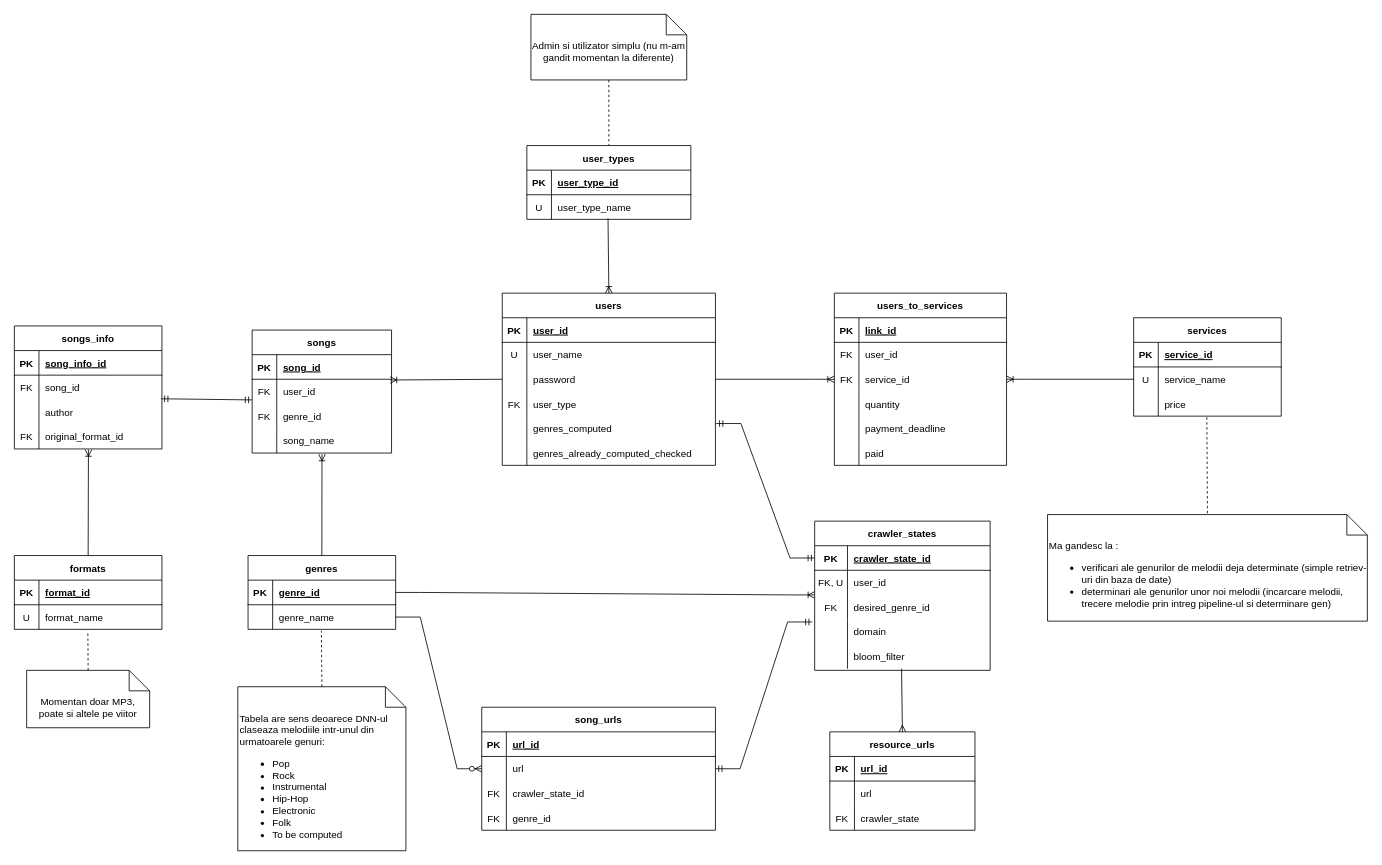
The draw.io diagram diagrams/Diagrama ER.drawio in PetruBabiuc/MusicGenreComputationMicroservices, before the edit. Source tidied: cells renumbered, new cells numbered last; positions are measured from the earlier drawing's top-left corner, leaving out a move shared by most shapes. Both pictures are drawn from the tidied source at 82%, with x=0, y=0 at pixel (14, 14).
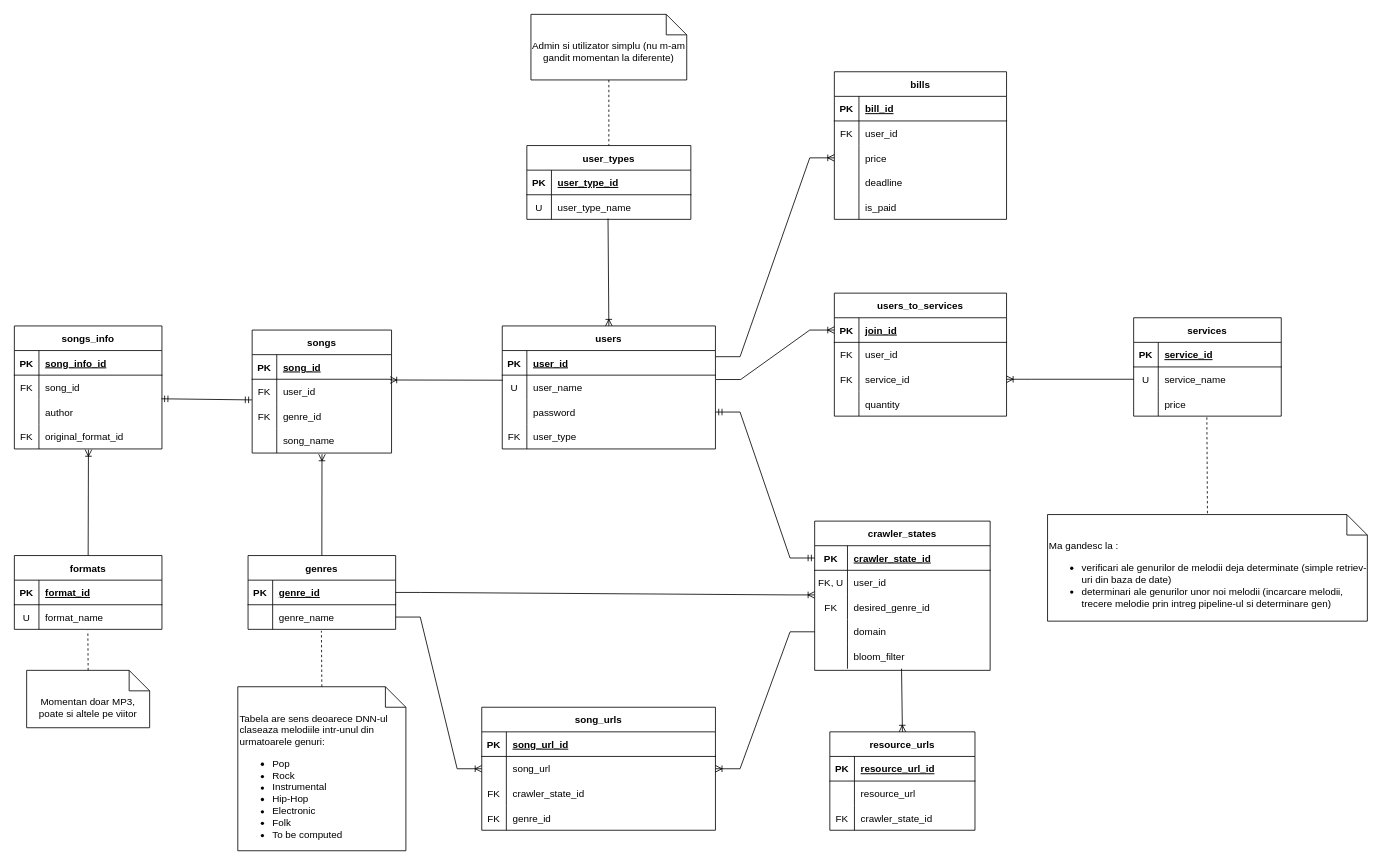
After the change.

Commit message (it also covers changes not shown here):
Updated ER diagram, created scripts for creating and droping tables

Unchanged cells that the change refers to:
```xml
<mxCell id="6" style="shape=tableRow;horizontal=0;startSize=0;swimlaneHead=0;swimlaneBody=0;fillColor=none;points=[[0,0.5],[1,0.5]];portConstraint=eastwest;top=0;left=0;right=0;bottom=0;" parent="2" vertex="1">
  <mxGeometry y="60" width="260" height="30" as="geometry" />
</mxCell>
<mxCell id="9" style="shape=tableRow;horizontal=0;startSize=0;swimlaneHead=0;swimlaneBody=0;fillColor=none;points=[[0,0.5],[1,0.5]];portConstraint=eastwest;top=0;left=0;right=0;bottom=0;" parent="2" vertex="1">
  <mxGeometry y="90" width="260" height="30" as="geometry" />
</mxCell>
<mxCell id="32" style="shape=tableRow;horizontal=0;startSize=0;swimlaneHead=0;swimlaneBody=0;fillColor=none;points=[[0,0.5],[1,0.5]];portConstraint=eastwest;top=0;left=0;right=0;bottom=0;" parent="28" vertex="1">
  <mxGeometry y="60" width="170" height="30" as="geometry" />
</mxCell>
<mxCell id="45" style="shape=tableRow;horizontal=0;startSize=0;swimlaneHead=0;swimlaneBody=0;fillColor=none;points=[[0,0.5],[1,0.5]];portConstraint=eastwest;top=0;left=0;right=0;bottom=0;" parent="41" vertex="1">
  <mxGeometry y="60" width="180" height="30" as="geometry" />
</mxCell>
<mxCell id="92" style="shape=tableRow;horizontal=0;startSize=0;swimlaneHead=0;swimlaneBody=0;fillColor=none;points=[[0,0.5],[1,0.5]];portConstraint=eastwest;top=0;left=0;right=0;bottom=1;" parent="91" vertex="1">
  <mxGeometry y="30" width="210" height="30" as="geometry" />
</mxCell>
<mxCell id="98" style="shape=tableRow;horizontal=0;startSize=0;swimlaneHead=0;swimlaneBody=0;fillColor=none;points=[[0,0.5],[1,0.5]];portConstraint=eastwest;top=0;left=0;right=0;bottom=0;" parent="91" vertex="1">
  <mxGeometry y="90" width="210" height="30" as="geometry" />
</mxCell>
<mxCell id="113" style="shape=tableRow;horizontal=0;startSize=0;swimlaneHead=0;swimlaneBody=0;fillColor=none;points=[[0,0.5],[1,0.5]];portConstraint=eastwest;top=0;left=0;right=0;bottom=1;" parent="112" vertex="1">
  <mxGeometry y="30" width="214" height="30" as="geometry" />
</mxCell>
<mxCell id="119" style="shape=tableRow;horizontal=0;startSize=0;swimlaneHead=0;swimlaneBody=0;fillColor=none;points=[[0,0.5],[1,0.5]];portConstraint=eastwest;top=0;left=0;right=0;bottom=0;" parent="112" vertex="1">
  <mxGeometry y="90" width="214" height="30" as="geometry" />
</mxCell>
<mxCell id="122" style="shape=tableRow;horizontal=0;startSize=0;swimlaneHead=0;swimlaneBody=0;fillColor=none;points=[[0,0.5],[1,0.5]];portConstraint=eastwest;top=0;left=0;right=0;bottom=0;" parent="112" vertex="1">
  <mxGeometry y="120" width="214" height="30" as="geometry" />
</mxCell>
<mxCell id="125" style="shape=tableRow;horizontal=0;startSize=0;swimlaneHead=0;swimlaneBody=0;fillColor=none;points=[[0,0.5],[1,0.5]];portConstraint=eastwest;top=0;left=0;right=0;bottom=0;" parent="112" vertex="1">
  <mxGeometry y="150" width="214" height="30" as="geometry" />
</mxCell>
<mxCell id="131" style="shape=tableRow;horizontal=0;startSize=0;swimlaneHead=0;swimlaneBody=0;fillColor=none;top=0;left=0;right=0;bottom=1;" parent="130" vertex="1">
  <mxGeometry y="30" width="285" height="30" as="geometry" />
</mxCell>
<mxCell id="134" style="shape=tableRow;horizontal=0;startSize=0;swimlaneHead=0;swimlaneBody=0;fillColor=none;points=[[0,0.5],[1,0.5]];portConstraint=eastwest;top=0;left=0;right=0;bottom=0;" parent="130" vertex="1">
  <mxGeometry y="60" width="285" height="30" as="geometry" />
</mxCell>
<mxCell id="145" value="resource_urls" style="shape=table;startSize=30;childLayout=tableLayout;rowLines=0;fontStyle=1;align=center;" parent="1" vertex="1">
  <mxGeometry x="994.5" y="875" width="177" height="120" as="geometry" />
</mxCell>
<mxCell id="146" style="shape=tableRow;horizontal=0;startSize=0;swimlaneHead=0;swimlaneBody=0;fillColor=none;top=0;left=0;right=0;bottom=1;" parent="145" vertex="1">
  <mxGeometry y="30" width="177" height="30" as="geometry" />
</mxCell>
<mxCell id="149" style="shape=tableRow;horizontal=0;startSize=0;swimlaneHead=0;swimlaneBody=0;fillColor=none;top=0;left=0;right=0;bottom=0;" parent="145" vertex="1">
  <mxGeometry y="60" width="177" height="30" as="geometry" />
</mxCell>
<mxCell id="152" style="shape=tableRow;horizontal=0;startSize=0;swimlaneHead=0;swimlaneBody=0;fillColor=none;top=0;left=0;right=0;bottom=0;" parent="145" vertex="1">
  <mxGeometry y="90" width="177" height="30" as="geometry" />
</mxCell>
```

The edit, as a diff of the source:
```diff
@@
     <mxCell id="2" value="users" style="shape=table;startSize=30;childLayout=tableLayout;rowLines=0;fontStyle=1;align=center;" parent="1" vertex="1">
-      <mxGeometry x="595" y="340" width="260" height="210" as="geometry" />
+      <mxGeometry x="595" y="380" width="260" height="150" as="geometry" />
     </mxCell>
@@
-    <mxCell id="15" style="shape=tableRow;horizontal=0;startSize=0;swimlaneHead=0;swimlaneBody=0;fillColor=none;points=[[0,0.5],[1,0.5]];portConstraint=eastwest;top=0;left=0;right=0;bottom=0;" parent="2" vertex="1">
-      <mxGeometry y="150" width="260" height="30" as="geometry" />
-    </mxCell>
-    <mxCell id="16" style="shape=partialRectangle;fillColor=none;top=0;left=0;bottom=0;right=0;fontStyle=0;overflow=hidden;" parent="15" vertex="1">
-      <mxGeometry width="30" height="30" as="geometry" />
-    </mxCell>
-    <mxCell id="17" value="genres_computed" style="shape=partialRectangle;fillColor=none;top=0;left=0;bottom=0;right=0;align=left;spacingLeft=6;fontStyle=0;overflow=hidden;" parent="15" vertex="1">
-      <mxGeometry x="30" width="230" height="30" as="geometry" />
-    </mxCell>
-    <mxCell id="18" style="shape=tableRow;horizontal=0;startSize=0;swimlaneHead=0;swimlaneBody=0;fillColor=none;top=0;left=0;right=0;bottom=0;" parent="2" vertex="1">
-      <mxGeometry y="180" width="260" height="30" as="geometry" />
-    </mxCell>
-    <mxCell id="19" style="shape=partialRectangle;fillColor=none;top=0;left=0;bottom=0;right=0;fontStyle=0;overflow=hidden;" parent="18" vertex="1">
-      <mxGeometry width="30" height="30" as="geometry" />
-    </mxCell>
-    <mxCell id="20" value="genres_already_computed_checked" style="shape=partialRectangle;fillColor=none;top=0;left=0;bottom=0;right=0;align=left;spacingLeft=6;fontStyle=0;overflow=hidden;" parent="18" vertex="1">
-      <mxGeometry x="30" width="230" height="30" as="geometry" />
-    </mxCell>
@@
-    <mxCell id="49" style="fontSize=12;html=1;endArrow=ERoneToMany;rounded=0;entryX=0.99;entryY=0.03;entryDx=0;entryDy=0;exitX=0;exitY=0.5;exitDx=0;exitDy=0;entryPerimeter=0;" parent="1" edge="1" source="9" target="32">
+    <mxCell id="49" style="fontSize=12;html=1;endArrow=ERoneToMany;rounded=0;entryX=0.99;entryY=0.03;entryDx=0;entryDy=0;exitX=0.003;exitY=0.206;exitDx=0;exitDy=0;entryPerimeter=0;exitPerimeter=0;" parent="1" edge="1" source="6" target="32">
       <mxGeometry relative="1" as="geometry" />
     </mxCell>
@@
     <mxCell id="91" value="users_to_services" style="shape=table;startSize=30;childLayout=tableLayout;rowLines=0;fontStyle=1;align=center;" parent="1" vertex="1">
-      <mxGeometry x="1000" y="340" width="210" height="210" as="geometry" />
+      <mxGeometry x="1000" y="340" width="210" height="150" as="geometry" />
     </mxCell>
@@
-    <mxCell id="94" value="link_id" style="shape=partialRectangle;fillColor=none;top=0;left=0;bottom=0;right=0;align=left;spacingLeft=6;fontStyle=5;overflow=hidden;" parent="92" vertex="1">
+    <mxCell id="94" value="join_id" style="shape=partialRectangle;fillColor=none;top=0;left=0;bottom=0;right=0;align=left;spacingLeft=6;fontStyle=5;overflow=hidden;" parent="92" vertex="1">
       <mxGeometry x="30" width="180" height="30" as="geometry" />
     </mxCell>
@@
-    <mxCell id="104" style="shape=tableRow;horizontal=0;startSize=0;swimlaneHead=0;swimlaneBody=0;fillColor=none;top=0;left=0;right=0;bottom=0;" parent="91" vertex="1">
-      <mxGeometry y="150" width="210" height="30" as="geometry" />
-    </mxCell>
-    <mxCell id="105" style="shape=partialRectangle;fillColor=none;top=0;left=0;bottom=0;right=0;fontStyle=0;overflow=hidden;" parent="104" vertex="1">
-      <mxGeometry width="30" height="30" as="geometry" />
-    </mxCell>
-    <mxCell id="106" value="payment_deadline" style="shape=partialRectangle;fillColor=none;top=0;left=0;bottom=0;right=0;align=left;spacingLeft=6;fontStyle=0;overflow=hidden;" parent="104" vertex="1">
-      <mxGeometry x="30" width="180" height="30" as="geometry" />
-    </mxCell>
-    <mxCell id="107" style="shape=tableRow;horizontal=0;startSize=0;swimlaneHead=0;swimlaneBody=0;fillColor=none;top=0;left=0;right=0;bottom=0;" parent="91" vertex="1">
-      <mxGeometry y="180" width="210" height="30" as="geometry" />
-    </mxCell>
-    <mxCell id="108" style="shape=partialRectangle;fillColor=none;top=0;left=0;bottom=0;right=0;fontStyle=0;overflow=hidden;" parent="107" vertex="1">
-      <mxGeometry width="30" height="30" as="geometry" />
-    </mxCell>
-    <mxCell id="109" value="paid" style="shape=partialRectangle;fillColor=none;top=0;left=0;bottom=0;right=0;align=left;spacingLeft=6;fontStyle=0;overflow=hidden;" parent="107" vertex="1">
-      <mxGeometry x="30" width="180" height="30" as="geometry" />
-    </mxCell>
-    <mxCell id="110" style="edgeStyle=entityRelationEdgeStyle;fontSize=12;html=1;endArrow=ERoneToMany;rounded=0;exitX=1;exitY=0.5;exitDx=0;exitDy=0;entryX=0;entryY=0.5;entryDx=0;entryDy=0;" parent="1" edge="1" source="9" target="98">
+    <mxCell id="110" style="edgeStyle=entityRelationEdgeStyle;fontSize=12;html=1;endArrow=ERoneToMany;rounded=0;exitX=1.003;exitY=0.178;exitDx=0;exitDy=0;entryX=0;entryY=0.5;entryDx=0;entryDy=0;exitPerimeter=0;" parent="1" edge="1" source="6" target="92">
       <mxGeometry relative="1" as="geometry" />
     </mxCell>
@@
-    <mxCell id="128" style="edgeStyle=entityRelationEdgeStyle;fontSize=12;html=1;endArrow=ERmandOne;startArrow=ERmandOne;rounded=0;entryX=0;entryY=0.5;entryDx=0;entryDy=0;exitX=1.004;exitY=0.3;exitDx=0;exitDy=0;exitPerimeter=0;" parent="1" edge="1" source="15" target="113">
+    <mxCell id="128" style="edgeStyle=entityRelationEdgeStyle;fontSize=12;html=1;endArrow=ERmandOne;startArrow=ERmandOne;rounded=0;entryX=0;entryY=0.5;entryDx=0;entryDy=0;exitX=1;exitY=0.5;exitDx=0;exitDy=0;" parent="1" edge="1" source="9" target="113">
       <mxGeometry relative="1" as="geometry" />
     </mxCell>
@@
-    <mxCell id="133" value="url_id" style="shape=partialRectangle;fillColor=none;top=0;left=0;bottom=0;right=0;align=left;spacingLeft=6;fontStyle=5;overflow=hidden;" parent="131" vertex="1">
+    <mxCell id="133" value="song_url_id" style="shape=partialRectangle;fillColor=none;top=0;left=0;bottom=0;right=0;align=left;spacingLeft=6;fontStyle=5;overflow=hidden;" parent="131" vertex="1">
       <mxGeometry x="30" width="255" height="30" as="geometry" />
     </mxCell>
@@
-    <mxCell id="136" value="url" style="shape=partialRectangle;fillColor=none;top=0;left=0;bottom=0;right=0;align=left;spacingLeft=6;fontStyle=0;overflow=hidden;" parent="134" vertex="1">
+    <mxCell id="136" value="song_url" style="shape=partialRectangle;fillColor=none;top=0;left=0;bottom=0;right=0;align=left;spacingLeft=6;fontStyle=0;overflow=hidden;" parent="134" vertex="1">
       <mxGeometry x="30" width="255" height="30" as="geometry" />
     </mxCell>
@@
-    <mxCell id="143" style="edgeStyle=entityRelationEdgeStyle;fontSize=12;html=1;endArrow=ERmandOne;startArrow=ERmandOne;rounded=0;exitX=1;exitY=0.5;exitDx=0;exitDy=0;entryX=-0.014;entryY=1.1;entryDx=0;entryDy=0;entryPerimeter=0;" parent="1" edge="1" source="134" target="119">
+    <mxCell id="143" style="edgeStyle=entityRelationEdgeStyle;fontSize=12;html=1;endArrow=none;startArrow=ERoneToMany;rounded=0;exitX=1;exitY=0.5;exitDx=0;exitDy=0;entryX=0;entryY=0.5;entryDx=0;entryDy=0;startFill=0;endFill=0;" parent="1" edge="1" source="134" target="122">
       <mxGeometry relative="1" as="geometry" />
     </mxCell>
-    <mxCell id="144" style="edgeStyle=entityRelationEdgeStyle;fontSize=12;html=1;endArrow=ERzeroToMany;endFill=1;rounded=0;exitX=1;exitY=0.5;exitDx=0;exitDy=0;entryX=0;entryY=0.5;entryDx=0;entryDy=0;" parent="1" edge="1" source="45" target="134">
+    <mxCell id="144" style="edgeStyle=entityRelationEdgeStyle;fontSize=12;html=1;endArrow=ERoneToMany;endFill=0;rounded=0;exitX=1;exitY=0.5;exitDx=0;exitDy=0;entryX=0;entryY=0.5;entryDx=0;entryDy=0;" parent="1" edge="1" source="45" target="134">
       <mxGeometry relative="1" as="geometry" />
     </mxCell>
@@
-    <mxCell id="148" value="url_id" style="shape=partialRectangle;fillColor=none;top=0;left=0;bottom=0;right=0;align=left;spacingLeft=6;fontStyle=5;overflow=hidden;" parent="146" vertex="1">
+    <mxCell id="148" value="resource_url_id" style="shape=partialRectangle;fillColor=none;top=0;left=0;bottom=0;right=0;align=left;spacingLeft=6;fontStyle=5;overflow=hidden;" parent="146" vertex="1">
       <mxGeometry x="30" width="147" height="30" as="geometry" />
     </mxCell>
@@
-    <mxCell id="151" value="url" style="shape=partialRectangle;fillColor=none;top=0;left=0;bottom=0;right=0;align=left;spacingLeft=6;overflow=hidden;" parent="149" vertex="1">
+    <mxCell id="151" value="resource_url" style="shape=partialRectangle;fillColor=none;top=0;left=0;bottom=0;right=0;align=left;spacingLeft=6;overflow=hidden;" parent="149" vertex="1">
       <mxGeometry x="30" width="147" height="30" as="geometry" />
     </mxCell>
@@
-    <mxCell id="154" value="crawler_state" style="shape=partialRectangle;fillColor=none;top=0;left=0;bottom=0;right=0;align=left;spacingLeft=6;overflow=hidden;" parent="152" vertex="1">
+    <mxCell id="154" value="crawler_state_id" style="shape=partialRectangle;fillColor=none;top=0;left=0;bottom=0;right=0;align=left;spacingLeft=6;overflow=hidden;" parent="152" vertex="1">
       <mxGeometry x="30" width="147" height="30" as="geometry" />
     </mxCell>
-    <mxCell id="155" style="fontSize=12;html=1;endArrow=ERmany;rounded=0;exitX=0.495;exitY=1;exitDx=0;exitDy=0;exitPerimeter=0;entryX=0.5;entryY=0;entryDx=0;entryDy=0;" parent="1" edge="1" source="125" target="145">
+    <mxCell id="155" style="fontSize=12;html=1;endArrow=ERoneToMany;rounded=0;exitX=0.495;exitY=1;exitDx=0;exitDy=0;exitPerimeter=0;entryX=0.5;entryY=0;entryDx=0;entryDy=0;endFill=0;" parent="1" edge="1" source="125" target="145">
       <mxGeometry relative="1" as="geometry" />
     </mxCell>
+    <mxCell id="156" value="bills" style="shape=table;startSize=30;childLayout=tableLayout;rowLines=0;fontStyle=1;align=center;" parent="1" vertex="1">
+      <mxGeometry x="1000" y="70" width="210" height="180" as="geometry" />
+    </mxCell>
+    <mxCell id="157" style="shape=tableRow;horizontal=0;startSize=0;swimlaneHead=0;swimlaneBody=0;fillColor=none;top=0;left=0;right=0;bottom=1;" parent="156" vertex="1">
+      <mxGeometry y="30" width="210" height="30" as="geometry" />
+    </mxCell>
+    <mxCell id="158" value="PK" style="shape=partialRectangle;fillColor=none;top=0;left=0;bottom=0;right=0;fontStyle=1;overflow=hidden;" parent="157" vertex="1">
+      <mxGeometry width="30" height="30" as="geometry" />
+    </mxCell>
+    <mxCell id="159" value="bill_id" style="shape=partialRectangle;fillColor=none;top=0;left=0;bottom=0;right=0;align=left;spacingLeft=6;fontStyle=5;overflow=hidden;" parent="157" vertex="1">
+      <mxGeometry x="30" width="180" height="30" as="geometry" />
+    </mxCell>
+    <mxCell id="160" style="shape=tableRow;horizontal=0;startSize=0;swimlaneHead=0;swimlaneBody=0;fillColor=none;top=0;left=0;right=0;bottom=0;" parent="156" vertex="1">
+      <mxGeometry y="60" width="210" height="30" as="geometry" />
+    </mxCell>
+    <mxCell id="161" value="FK" style="shape=partialRectangle;fillColor=none;top=0;left=0;bottom=0;right=0;overflow=hidden;" parent="160" vertex="1">
+      <mxGeometry width="30" height="30" as="geometry" />
+    </mxCell>
+    <mxCell id="162" value="user_id" style="shape=partialRectangle;fillColor=none;top=0;left=0;bottom=0;right=0;align=left;spacingLeft=6;overflow=hidden;" parent="160" vertex="1">
+      <mxGeometry x="30" width="180" height="30" as="geometry" />
+    </mxCell>
+    <mxCell id="163" style="shape=tableRow;horizontal=0;startSize=0;swimlaneHead=0;swimlaneBody=0;fillColor=none;points=[[0,0.5],[1,0.5]];portConstraint=eastwest;top=0;left=0;right=0;bottom=0;" parent="156" vertex="1">
+      <mxGeometry y="90" width="210" height="30" as="geometry" />
+    </mxCell>
+    <mxCell id="164" style="shape=partialRectangle;fillColor=none;top=0;left=0;bottom=0;right=0;fontStyle=0;overflow=hidden;" parent="163" vertex="1">
+      <mxGeometry width="30" height="30" as="geometry" />
+    </mxCell>
+    <mxCell id="165" value="price" style="shape=partialRectangle;fillColor=none;top=0;left=0;bottom=0;right=0;align=left;spacingLeft=6;fontStyle=0;overflow=hidden;" parent="163" vertex="1">
+      <mxGeometry x="30" width="180" height="30" as="geometry" />
+    </mxCell>
+    <mxCell id="166" style="shape=tableRow;horizontal=0;startSize=0;swimlaneHead=0;swimlaneBody=0;fillColor=none;top=0;left=0;right=0;bottom=0;" parent="156" vertex="1">
+      <mxGeometry y="120" width="210" height="30" as="geometry" />
+    </mxCell>
+    <mxCell id="167" style="shape=partialRectangle;fillColor=none;top=0;left=0;bottom=0;right=0;overflow=hidden;" parent="166" vertex="1">
+      <mxGeometry width="30" height="30" as="geometry" />
+    </mxCell>
+    <mxCell id="168" value="deadline" style="shape=partialRectangle;fillColor=none;top=0;left=0;bottom=0;right=0;align=left;spacingLeft=6;overflow=hidden;" parent="166" vertex="1">
+      <mxGeometry x="30" width="180" height="30" as="geometry" />
+    </mxCell>
+    <mxCell id="104" style="shape=tableRow;horizontal=0;startSize=0;swimlaneHead=0;swimlaneBody=0;fillColor=none;top=0;left=0;right=0;bottom=0;" parent="156" vertex="1">
+      <mxGeometry y="150" width="210" height="30" as="geometry" />
+    </mxCell>
+    <mxCell id="169" style="shape=partialRectangle;fillColor=none;top=0;left=0;bottom=0;right=0;overflow=hidden;" parent="104" vertex="1">
+      <mxGeometry width="30" height="30" as="geometry" />
+    </mxCell>
+    <mxCell id="170" value="is_paid" style="shape=partialRectangle;fillColor=none;top=0;left=0;bottom=0;right=0;align=left;spacingLeft=6;overflow=hidden;" parent="104" vertex="1">
+      <mxGeometry x="30" width="180" height="30" as="geometry" />
+    </mxCell>
+    <mxCell id="171" style="edgeStyle=entityRelationEdgeStyle;fontSize=12;html=1;endArrow=ERoneToMany;rounded=0;exitX=1;exitY=0.25;exitDx=0;exitDy=0;entryX=0;entryY=0.5;entryDx=0;entryDy=0;endFill=0;" parent="1" edge="1" source="2" target="163">
+      <mxGeometry relative="1" as="geometry" />
+    </mxCell>
```
